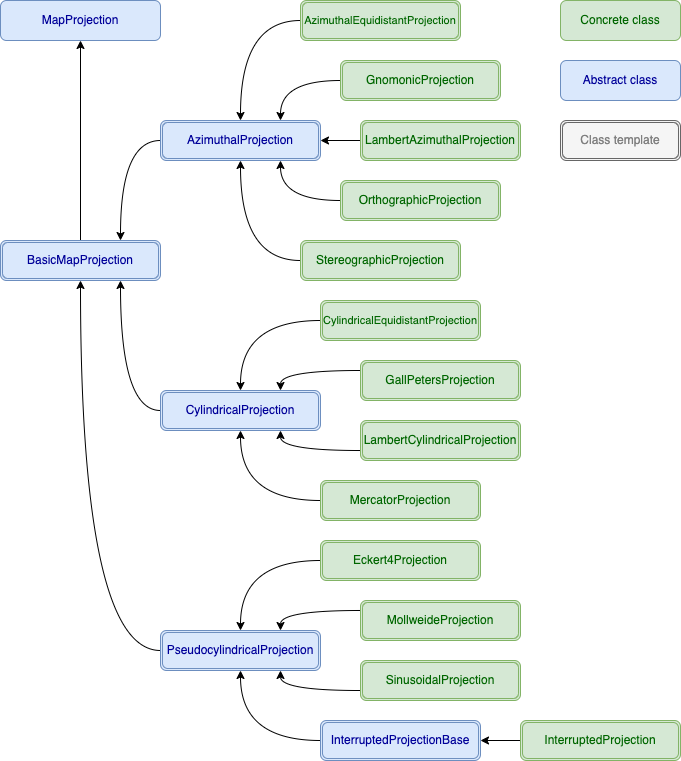
The draw.io diagram docs/images/projection-classes.drawio.png in CaptainCrowbar/rs-graphics-2d, before a commit. Source tidied: cells renumbered, new cells last; positions are measured from the earlier drawing's top-left corner, leaving out a move shared by most shapes.
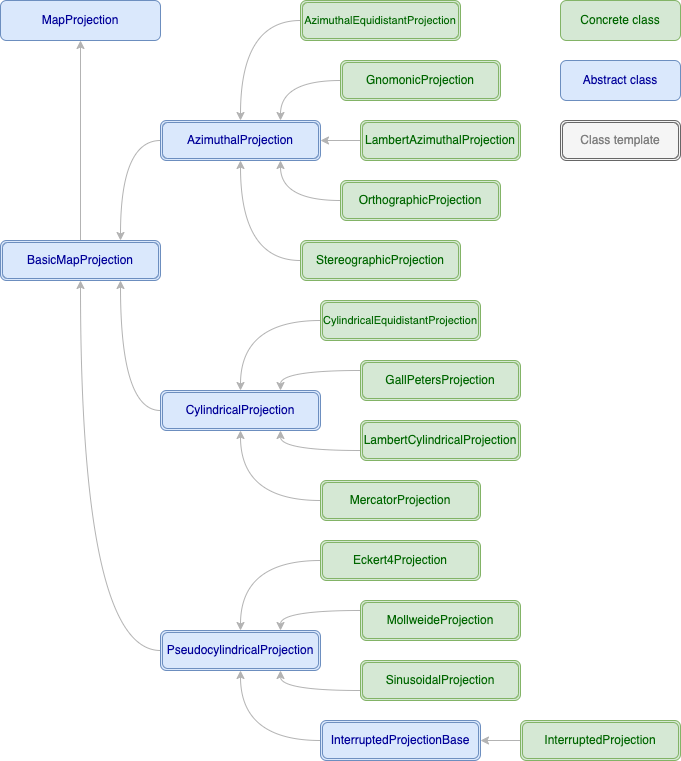
After the commit.

Commit message:
Tweak class hierarchy diagram

What changed in the source:
```diff
@@ -5,7 +5,7 @@
     <mxCell id="2" value="MapProjection" style="rounded=1;whiteSpace=wrap;html=1;fontFamily=Helvetica;fillColor=#dae8fc;strokeColor=#6c8ebf;fontColor=#000099;" parent="1" vertex="1">
       <mxGeometry width="160" height="40" as="geometry" />
     </mxCell>
-    <mxCell id="3" style="edgeStyle=orthogonalEdgeStyle;rounded=0;jettySize=auto;html=1;fontFamily=Helvetica;fontSize=11;fontColor=#000099;" parent="1" edge="1" source="4" target="2">
+    <mxCell id="3" style="edgeStyle=orthogonalEdgeStyle;rounded=0;jettySize=auto;html=1;fontFamily=Helvetica;fontSize=11;fontColor=#000099;strokeColor=#B3B3B3;" parent="1" edge="1" source="4" target="2">
       <mxGeometry relative="1" as="geometry" />
     </mxCell>
     <mxCell id="4" value="BasicMapProjection" style="shape=ext;double=1;rounded=1;whiteSpace=wrap;html=1;fontFamily=Helvetica;fillColor=#dae8fc;strokeColor=#6c8ebf;fontColor=#000099;" parent="1" vertex="1">
@@ -20,103 +20,103 @@
     <mxCell id="7" value="Class template" style="shape=ext;double=1;rounded=1;whiteSpace=wrap;html=1;fillColor=#f5f5f5;fontColor=#808080;strokeColor=#666666;" parent="1" vertex="1">
       <mxGeometry x="560" y="120" width="120" height="40" as="geometry" />
     </mxCell>
-    <mxCell id="8" style="edgeStyle=orthogonalEdgeStyle;curved=1;rounded=0;jettySize=auto;html=1;entryX=0.75;entryY=0;entryDx=0;entryDy=0;fontFamily=Helvetica;fontSize=11;fontColor=#000099;exitX=0;exitY=0.5;exitDx=0;exitDy=0;" parent="1" edge="1" source="9" target="4">
+    <mxCell id="8" style="edgeStyle=orthogonalEdgeStyle;curved=1;rounded=0;jettySize=auto;html=1;entryX=0.75;entryY=0;entryDx=0;entryDy=0;fontFamily=Helvetica;fontSize=11;fontColor=#000099;exitX=0;exitY=0.5;exitDx=0;exitDy=0;strokeColor=#B3B3B3;" parent="1" edge="1" source="9" target="4">
       <mxGeometry relative="1" as="geometry" />
     </mxCell>
     <mxCell id="9" value="AzimuthalProjection" style="shape=ext;double=1;rounded=1;whiteSpace=wrap;html=1;fontFamily=Helvetica;fillColor=#dae8fc;strokeColor=#6c8ebf;fontColor=#000099;" parent="1" vertex="1">
       <mxGeometry x="160" y="120" width="160" height="40" as="geometry" />
     </mxCell>
-    <mxCell id="10" style="edgeStyle=orthogonalEdgeStyle;curved=1;rounded=0;jettySize=auto;html=1;fontFamily=Helvetica;fontSize=11;fontColor=#000099;entryX=0.75;entryY=1;entryDx=0;entryDy=0;exitX=0;exitY=0.5;exitDx=0;exitDy=0;" parent="1" edge="1" source="11" target="4">
+    <mxCell id="10" style="edgeStyle=orthogonalEdgeStyle;curved=1;rounded=0;jettySize=auto;html=1;fontFamily=Helvetica;fontSize=11;fontColor=#000099;entryX=0.75;entryY=1;entryDx=0;entryDy=0;exitX=0;exitY=0.5;exitDx=0;exitDy=0;strokeColor=#B3B3B3;" parent="1" edge="1" source="11" target="4">
       <mxGeometry relative="1" as="geometry" />
     </mxCell>
     <mxCell id="11" value="CylindricalProjection" style="shape=ext;double=1;rounded=1;whiteSpace=wrap;html=1;fontFamily=Helvetica;fillColor=#dae8fc;strokeColor=#6c8ebf;fontColor=#000099;" parent="1" vertex="1">
       <mxGeometry x="160" y="390" width="160" height="40" as="geometry" />
     </mxCell>
-    <mxCell id="12" style="edgeStyle=orthogonalEdgeStyle;curved=1;rounded=0;jettySize=auto;html=1;fontFamily=Helvetica;fontSize=11;fontColor=#000099;" parent="1" edge="1" source="13" target="15">
+    <mxCell id="12" style="edgeStyle=orthogonalEdgeStyle;curved=1;rounded=0;jettySize=auto;html=1;fontFamily=Helvetica;fontSize=11;fontColor=#000099;strokeColor=#B3B3B3;" parent="1" edge="1" source="13" target="15">
       <mxGeometry relative="1" as="geometry" />
     </mxCell>
     <mxCell id="13" value="InterruptedProjection" style="shape=ext;double=1;rounded=1;whiteSpace=wrap;html=1;fontFamily=Helvetica;fillColor=#d5e8d4;strokeColor=#82b366;fontColor=#006600;" parent="1" vertex="1">
       <mxGeometry x="520" y="720" width="160" height="40" as="geometry" />
     </mxCell>
-    <mxCell id="14" style="edgeStyle=orthogonalEdgeStyle;curved=1;rounded=0;jettySize=auto;html=1;entryX=0.5;entryY=1;entryDx=0;entryDy=0;fontFamily=Helvetica;fontSize=11;fontColor=#000099;exitX=0;exitY=0.5;exitDx=0;exitDy=0;" parent="1" edge="1" source="15" target="17">
+    <mxCell id="14" style="edgeStyle=orthogonalEdgeStyle;curved=1;rounded=0;jettySize=auto;html=1;entryX=0.5;entryY=1;entryDx=0;entryDy=0;fontFamily=Helvetica;fontSize=11;fontColor=#000099;exitX=0;exitY=0.5;exitDx=0;exitDy=0;strokeColor=#B3B3B3;" parent="1" edge="1" source="15" target="17">
       <mxGeometry relative="1" as="geometry" />
     </mxCell>
     <mxCell id="15" value="InterruptedProjectionBase" style="shape=ext;double=1;rounded=1;whiteSpace=wrap;html=1;fontFamily=Helvetica;fillColor=#dae8fc;strokeColor=#6c8ebf;fontColor=#000099;" parent="1" vertex="1">
       <mxGeometry x="320" y="720" width="160" height="40" as="geometry" />
     </mxCell>
-    <mxCell id="16" style="edgeStyle=orthogonalEdgeStyle;curved=1;rounded=0;jettySize=auto;html=1;fontFamily=Helvetica;fontSize=11;fontColor=#000099;entryX=0.5;entryY=1;entryDx=0;entryDy=0;exitX=0;exitY=0.5;exitDx=0;exitDy=0;" parent="1" edge="1" source="17" target="4">
+    <mxCell id="16" style="edgeStyle=orthogonalEdgeStyle;curved=1;rounded=0;jettySize=auto;html=1;fontFamily=Helvetica;fontSize=11;fontColor=#000099;entryX=0.5;entryY=1;entryDx=0;entryDy=0;exitX=0;exitY=0.5;exitDx=0;exitDy=0;strokeColor=#B3B3B3;" parent="1" edge="1" source="17" target="4">
       <mxGeometry relative="1" as="geometry" />
     </mxCell>
     <mxCell id="17" value="PseudocylindricalProjection" style="shape=ext;double=1;rounded=1;whiteSpace=wrap;html=1;fontFamily=Helvetica;fillColor=#dae8fc;strokeColor=#6c8ebf;fontColor=#000099;" parent="1" vertex="1">
       <mxGeometry x="160" y="630" width="160" height="40" as="geometry" />
     </mxCell>
-    <mxCell id="18" style="edgeStyle=orthogonalEdgeStyle;curved=1;rounded=0;jettySize=auto;html=1;fontFamily=Helvetica;fontSize=11;fontColor=#000099;exitX=0;exitY=0.5;exitDx=0;exitDy=0;" parent="1" edge="1" source="19" target="17">
+    <mxCell id="18" style="edgeStyle=orthogonalEdgeStyle;curved=1;rounded=0;jettySize=auto;html=1;fontFamily=Helvetica;fontSize=11;fontColor=#000099;exitX=0;exitY=0.5;exitDx=0;exitDy=0;strokeColor=#B3B3B3;" parent="1" edge="1" source="19" target="17">
       <mxGeometry relative="1" as="geometry" />
     </mxCell>
     <mxCell id="19" value="Eckert4Projection" style="shape=ext;double=1;rounded=1;whiteSpace=wrap;html=1;fontFamily=Helvetica;fillColor=#d5e8d4;strokeColor=#82b366;fontColor=#006600;" parent="1" vertex="1">
       <mxGeometry x="320" y="540" width="160" height="40" as="geometry" />
     </mxCell>
-    <mxCell id="20" style="edgeStyle=orthogonalEdgeStyle;curved=1;rounded=0;jettySize=auto;html=1;entryX=0.75;entryY=0;entryDx=0;entryDy=0;fontFamily=Helvetica;fontSize=11;fontColor=#000099;exitX=0;exitY=0.25;exitDx=0;exitDy=0;" parent="1" edge="1" source="21" target="17">
+    <mxCell id="20" style="edgeStyle=orthogonalEdgeStyle;curved=1;rounded=0;jettySize=auto;html=1;entryX=0.75;entryY=0;entryDx=0;entryDy=0;fontFamily=Helvetica;fontSize=11;fontColor=#000099;exitX=0;exitY=0.25;exitDx=0;exitDy=0;strokeColor=#B3B3B3;" parent="1" edge="1" source="21" target="17">
       <mxGeometry relative="1" as="geometry" />
     </mxCell>
     <mxCell id="21" value="MollweideProjection" style="shape=ext;double=1;rounded=1;whiteSpace=wrap;html=1;fontFamily=Helvetica;fillColor=#d5e8d4;strokeColor=#82b366;fontColor=#006600;" parent="1" vertex="1">
       <mxGeometry x="360" y="600" width="160" height="40" as="geometry" />
     </mxCell>
-    <mxCell id="22" style="edgeStyle=orthogonalEdgeStyle;curved=1;rounded=0;jettySize=auto;html=1;entryX=0.75;entryY=1;entryDx=0;entryDy=0;fontFamily=Helvetica;fontSize=11;fontColor=#000099;exitX=0;exitY=0.75;exitDx=0;exitDy=0;" parent="1" edge="1" source="23" target="17">
+    <mxCell id="22" style="edgeStyle=orthogonalEdgeStyle;curved=1;rounded=0;jettySize=auto;html=1;entryX=0.75;entryY=1;entryDx=0;entryDy=0;fontFamily=Helvetica;fontSize=11;fontColor=#000099;exitX=0;exitY=0.75;exitDx=0;exitDy=0;strokeColor=#B3B3B3;" parent="1" edge="1" source="23" target="17">
       <mxGeometry relative="1" as="geometry" />
     </mxCell>
     <mxCell id="23" value="SinusoidalProjection&lt;br&gt;" style="shape=ext;double=1;rounded=1;whiteSpace=wrap;html=1;fontFamily=Helvetica;fillColor=#d5e8d4;strokeColor=#82b366;fontColor=#006600;" parent="1" vertex="1">
       <mxGeometry x="360" y="660" width="160" height="40" as="geometry" />
     </mxCell>
-    <mxCell id="24" style="edgeStyle=orthogonalEdgeStyle;curved=1;rounded=0;jettySize=auto;html=1;entryX=0.5;entryY=0;entryDx=0;entryDy=0;fontFamily=Helvetica;fontSize=11;fontColor=#000099;exitX=0;exitY=0.5;exitDx=0;exitDy=0;" parent="1" edge="1" source="25" target="9">
+    <mxCell id="24" style="edgeStyle=orthogonalEdgeStyle;curved=1;rounded=0;jettySize=auto;html=1;entryX=0.5;entryY=0;entryDx=0;entryDy=0;fontFamily=Helvetica;fontSize=11;fontColor=#000099;exitX=0;exitY=0.5;exitDx=0;exitDy=0;strokeColor=#B3B3B3;" parent="1" edge="1" source="25" target="9">
       <mxGeometry relative="1" as="geometry" />
     </mxCell>
     <mxCell id="25" value="AzimuthalEquidistantProjection" style="shape=ext;double=1;rounded=1;whiteSpace=wrap;html=1;fontFamily=Helvetica;fillColor=#d5e8d4;strokeColor=#82b366;fontColor=#006600;fontSize=11;" parent="1" vertex="1">
       <mxGeometry x="300" width="160" height="40" as="geometry" />
     </mxCell>
-    <mxCell id="26" style="edgeStyle=orthogonalEdgeStyle;curved=1;rounded=0;jettySize=auto;html=1;entryX=0.75;entryY=0;entryDx=0;entryDy=0;fontFamily=Helvetica;fontSize=11;fontColor=#000099;" parent="1" edge="1" source="27" target="9">
+    <mxCell id="26" style="edgeStyle=orthogonalEdgeStyle;curved=1;rounded=0;jettySize=auto;html=1;entryX=0.75;entryY=0;entryDx=0;entryDy=0;fontFamily=Helvetica;fontSize=11;fontColor=#000099;strokeColor=#B3B3B3;" parent="1" edge="1" source="27" target="9">
       <mxGeometry relative="1" as="geometry" />
     </mxCell>
     <mxCell id="27" value="GnomonicProjection" style="shape=ext;double=1;rounded=1;whiteSpace=wrap;html=1;fontFamily=Helvetica;fillColor=#d5e8d4;strokeColor=#82b366;fontColor=#006600;" parent="1" vertex="1">
       <mxGeometry x="340" y="60" width="160" height="40" as="geometry" />
     </mxCell>
-    <mxCell id="28" style="edgeStyle=orthogonalEdgeStyle;curved=1;rounded=0;jettySize=auto;html=1;fontFamily=Helvetica;fontSize=11;fontColor=#000099;" parent="1" edge="1" source="29" target="9">
+    <mxCell id="28" style="edgeStyle=orthogonalEdgeStyle;curved=1;rounded=0;jettySize=auto;html=1;fontFamily=Helvetica;fontSize=11;fontColor=#000099;strokeColor=#B3B3B3;" parent="1" edge="1" source="29" target="9">
       <mxGeometry relative="1" as="geometry" />
     </mxCell>
     <mxCell id="29" value="LambertAzimuthalProjection" style="shape=ext;double=1;rounded=1;whiteSpace=wrap;html=1;fontFamily=Helvetica;fillColor=#d5e8d4;strokeColor=#82b366;fontColor=#006600;" parent="1" vertex="1">
       <mxGeometry x="360" y="120" width="160" height="40" as="geometry" />
     </mxCell>
-    <mxCell id="30" style="edgeStyle=orthogonalEdgeStyle;curved=1;rounded=0;jettySize=auto;html=1;fontFamily=Helvetica;fontSize=11;fontColor=#000099;exitX=0;exitY=0.5;exitDx=0;exitDy=0;" parent="1" edge="1" source="31" target="11">
+    <mxCell id="30" style="edgeStyle=orthogonalEdgeStyle;curved=1;rounded=0;jettySize=auto;html=1;fontFamily=Helvetica;fontSize=11;fontColor=#000099;exitX=0;exitY=0.5;exitDx=0;exitDy=0;strokeColor=#B3B3B3;" parent="1" edge="1" source="31" target="11">
       <mxGeometry relative="1" as="geometry" />
     </mxCell>
     <mxCell id="31" value="CylindricalEquidistantProjection" style="shape=ext;double=1;rounded=1;whiteSpace=wrap;html=1;fontFamily=Helvetica;fillColor=#d5e8d4;strokeColor=#82b366;fontColor=#006600;fontSize=11;" parent="1" vertex="1">
       <mxGeometry x="320" y="300" width="160" height="40" as="geometry" />
     </mxCell>
-    <mxCell id="32" style="edgeStyle=orthogonalEdgeStyle;curved=1;rounded=0;jettySize=auto;html=1;entryX=0.5;entryY=1;entryDx=0;entryDy=0;fontFamily=Helvetica;fontSize=11;fontColor=#000099;exitX=0;exitY=0.5;exitDx=0;exitDy=0;" parent="1" edge="1" source="33" target="9">
+    <mxCell id="32" style="edgeStyle=orthogonalEdgeStyle;curved=1;rounded=0;jettySize=auto;html=1;entryX=0.5;entryY=1;entryDx=0;entryDy=0;fontFamily=Helvetica;fontSize=11;fontColor=#000099;exitX=0;exitY=0.5;exitDx=0;exitDy=0;strokeColor=#B3B3B3;" parent="1" edge="1" source="33" target="9">
       <mxGeometry relative="1" as="geometry" />
     </mxCell>
     <mxCell id="33" value="StereographicProjection" style="shape=ext;double=1;rounded=1;whiteSpace=wrap;html=1;fontFamily=Helvetica;fillColor=#d5e8d4;strokeColor=#82b366;fontColor=#006600;" parent="1" vertex="1">
       <mxGeometry x="300" y="240" width="160" height="40" as="geometry" />
     </mxCell>
-    <mxCell id="34" style="edgeStyle=orthogonalEdgeStyle;curved=1;rounded=0;jettySize=auto;html=1;entryX=0.75;entryY=1;entryDx=0;entryDy=0;fontFamily=Helvetica;fontSize=11;fontColor=#000099;" parent="1" edge="1" source="35" target="9">
+    <mxCell id="34" style="edgeStyle=orthogonalEdgeStyle;curved=1;rounded=0;jettySize=auto;html=1;entryX=0.75;entryY=1;entryDx=0;entryDy=0;fontFamily=Helvetica;fontSize=11;fontColor=#000099;strokeColor=#B3B3B3;" parent="1" edge="1" source="35" target="9">
       <mxGeometry relative="1" as="geometry" />
     </mxCell>
     <mxCell id="35" value="OrthographicProjection" style="shape=ext;double=1;rounded=1;whiteSpace=wrap;html=1;fontFamily=Helvetica;fillColor=#d5e8d4;strokeColor=#82b366;fontColor=#006600;" parent="1" vertex="1">
       <mxGeometry x="340" y="180" width="160" height="40" as="geometry" />
     </mxCell>
-    <mxCell id="36" style="edgeStyle=orthogonalEdgeStyle;curved=1;rounded=0;jettySize=auto;html=1;fontFamily=Helvetica;fontSize=11;fontColor=#000099;entryX=0.75;entryY=0;entryDx=0;entryDy=0;exitX=0;exitY=0.25;exitDx=0;exitDy=0;" parent="1" edge="1" source="37" target="11">
+    <mxCell id="36" style="edgeStyle=orthogonalEdgeStyle;curved=1;rounded=0;jettySize=auto;html=1;fontFamily=Helvetica;fontSize=11;fontColor=#000099;entryX=0.75;entryY=0;entryDx=0;entryDy=0;exitX=0;exitY=0.25;exitDx=0;exitDy=0;strokeColor=#B3B3B3;" parent="1" edge="1" source="37" target="11">
       <mxGeometry relative="1" as="geometry" />
     </mxCell>
     <mxCell id="37" value="GallPetersProjection" style="shape=ext;double=1;rounded=1;whiteSpace=wrap;html=1;fontFamily=Helvetica;fillColor=#d5e8d4;strokeColor=#82b366;fontColor=#006600;" parent="1" vertex="1">
       <mxGeometry x="360" y="360" width="160" height="40" as="geometry" />
     </mxCell>
-    <mxCell id="38" style="edgeStyle=orthogonalEdgeStyle;curved=1;rounded=0;jettySize=auto;html=1;entryX=0.75;entryY=1;entryDx=0;entryDy=0;fontFamily=Helvetica;fontSize=11;fontColor=#000099;exitX=0;exitY=0.75;exitDx=0;exitDy=0;" parent="1" edge="1" source="39" target="11">
+    <mxCell id="38" style="edgeStyle=orthogonalEdgeStyle;curved=1;rounded=0;jettySize=auto;html=1;entryX=0.75;entryY=1;entryDx=0;entryDy=0;fontFamily=Helvetica;fontSize=11;fontColor=#000099;exitX=0;exitY=0.75;exitDx=0;exitDy=0;strokeColor=#B3B3B3;" parent="1" edge="1" source="39" target="11">
       <mxGeometry relative="1" as="geometry" />
     </mxCell>
     <mxCell id="39" value="LambertCylindricalProjection" style="shape=ext;double=1;rounded=1;whiteSpace=wrap;html=1;fontFamily=Helvetica;fillColor=#d5e8d4;strokeColor=#82b366;fontColor=#006600;" parent="1" vertex="1">
       <mxGeometry x="360" y="420" width="160" height="40" as="geometry" />
     </mxCell>
-    <mxCell id="40" style="edgeStyle=orthogonalEdgeStyle;curved=1;rounded=0;jettySize=auto;html=1;fontFamily=Helvetica;fontSize=11;fontColor=#000099;exitX=0;exitY=0.5;exitDx=0;exitDy=0;" parent="1" edge="1" source="41" target="11">
+    <mxCell id="40" style="edgeStyle=orthogonalEdgeStyle;curved=1;rounded=0;jettySize=auto;html=1;fontFamily=Helvetica;fontSize=11;fontColor=#000099;exitX=0;exitY=0.5;exitDx=0;exitDy=0;strokeColor=#B3B3B3;" parent="1" edge="1" source="41" target="11">
       <mxGeometry relative="1" as="geometry" />
     </mxCell>
     <mxCell id="41" value="MercatorProjection" style="shape=ext;double=1;rounded=1;whiteSpace=wrap;html=1;fontFamily=Helvetica;fillColor=#d5e8d4;strokeColor=#82b366;fontColor=#006600;" parent="1" vertex="1">
```
